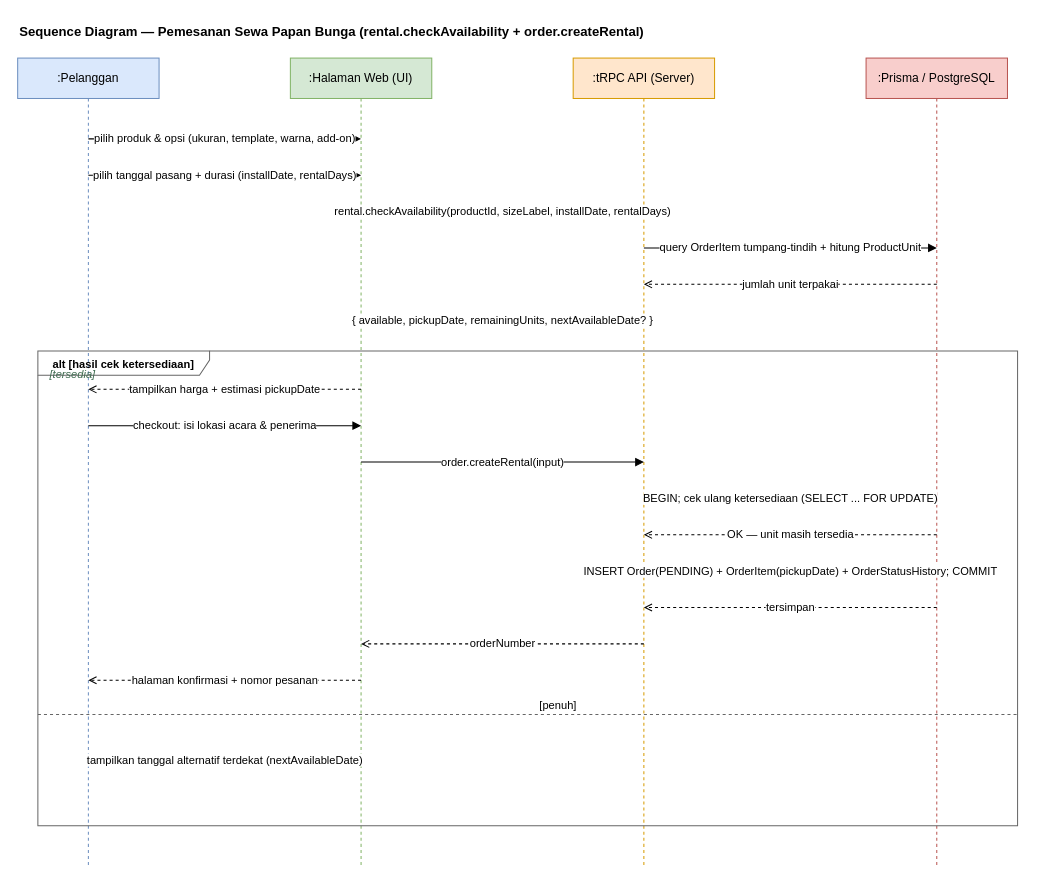
The draw.io diagram page "Sequence Diagram - Pemesanan Sewa" (2 of 8) of docs/UML-papan-bunga-sewa.drawio in ferriyusra/daffa-florist, before the edit. Source tidied: cells renumbered, new cells numbered last; positions are measured from the earlier drawing's top-left corner, leaving out a move shared by most shapes. Both pictures are drawn from the tidied source at 101%, with x=0, y=0 at pixel (17, 17).
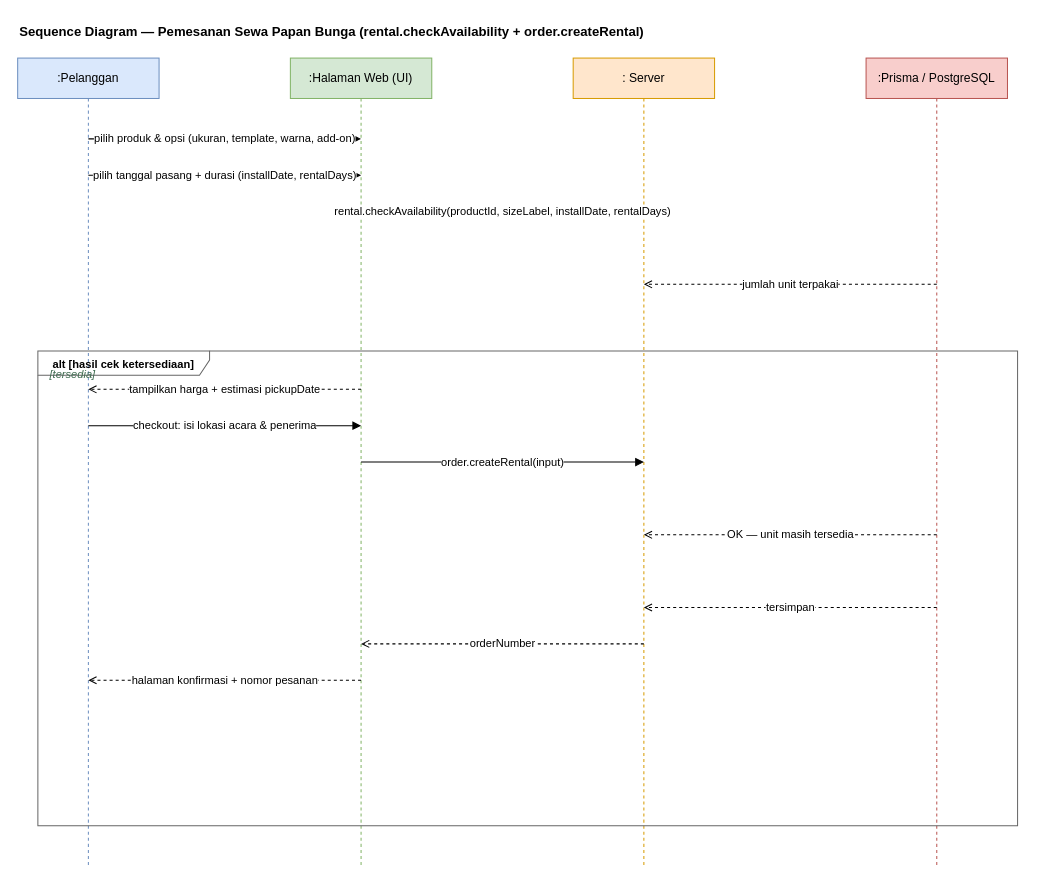
The same diagram, later.

Diff of the diagram source:
```diff
@@
-    <mxCell id="5" value=":tRPC API (Server)" style="shape=umlLifeline;perimeter=lifelinePerimeter;whiteSpace=wrap;html=1;size=40;fillColor=#ffe6cc;strokeColor=#d79b00;" parent="1" vertex="1">
+    <mxCell id="5" value=": Server" style="shape=umlLifeline;perimeter=lifelinePerimeter;whiteSpace=wrap;html=1;size=40;fillColor=#ffe6cc;strokeColor=#d79b00;" parent="1" vertex="1">
       <mxGeometry x="550" y="40" width="140" height="800" as="geometry" />
     </mxCell>
@@
-    <mxCell id="10" value="query OrderItem tumpang-tindih + hitung ProductUnit" style="html=1;endArrow=block;rounded=0;fontSize=11;" parent="1" edge="1">
-      <mxGeometry relative="1" as="geometry">
-        <mxPoint x="620" y="228" as="sourcePoint" />
-        <mxPoint x="910" y="228" as="targetPoint" />
-      </mxGeometry>
-    </mxCell>
@@
-    <mxCell id="12" value="{ available, pickupDate, remainingUnits, nextAvailableDate? }" style="html=1;endArrow=open;dashed=1;rounded=0;fontSize=11;" parent="1" edge="1">
-      <mxGeometry relative="1" as="geometry">
-        <mxPoint x="620" y="300" as="sourcePoint" />
-        <mxPoint x="340" y="300" as="targetPoint" />
-      </mxGeometry>
-    </mxCell>
@@
-    <mxCell id="14" value="[penuh]" style="endArrow=none;dashed=1;html=1;strokeColor=#666666;fontSize=11;verticalAlign=bottom;align=left;spacingLeft=10;" parent="1" edge="1">
-      <mxGeometry relative="1" as="geometry">
-        <mxPoint x="20" y="690" as="sourcePoint" />
-        <mxPoint x="990" y="690" as="targetPoint" />
-      </mxGeometry>
-    </mxCell>
@@
-    <mxCell id="19" value="BEGIN; cek ulang ketersediaan (SELECT ... FOR UPDATE)" style="html=1;endArrow=block;rounded=0;fontSize=11;" parent="1" edge="1">
-      <mxGeometry relative="1" as="geometry">
-        <mxPoint x="620" y="476" as="sourcePoint" />
-        <mxPoint x="910" y="476" as="targetPoint" />
-      </mxGeometry>
-    </mxCell>
@@
-    <mxCell id="21" value="INSERT Order(PENDING) + OrderItem(pickupDate) + OrderStatusHistory; COMMIT" style="html=1;endArrow=block;rounded=0;fontSize=11;" parent="1" edge="1">
-      <mxGeometry relative="1" as="geometry">
-        <mxPoint x="620" y="548" as="sourcePoint" />
-        <mxPoint x="910" y="548" as="targetPoint" />
-      </mxGeometry>
-    </mxCell>
@@
-    <mxCell id="25" value="tampilkan tanggal alternatif terdekat (nextAvailableDate)" style="html=1;endArrow=open;dashed=1;rounded=0;fontSize=11;" parent="1" edge="1">
-      <mxGeometry relative="1" as="geometry">
-        <mxPoint x="340" y="735" as="sourcePoint" />
-        <mxPoint x="70" y="735" as="targetPoint" />
-      </mxGeometry>
-    </mxCell>
```
